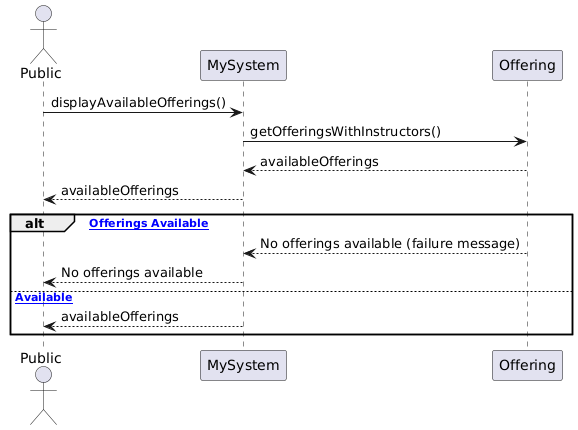
The PlantUML diagram Diagrams/System Sequence/PublicViewsOfferingSeqRefined.png in ABALkhabbaz/LessonSchedulingSystem, before a commit. The source it was exported from:
```plantuml
@startuml
actor Public
participant MySystem
participant Offering

Public -> MySystem: displayAvailableOfferings()
MySystem -> Offering: getOfferingsWithInstructors()
Offering --> MySystem: availableOfferings
MySystem --> Public: availableOfferings

alt [No Offerings Available]
    Offering --> MySystem: No offerings available (failure message)
    MySystem --> Public: No offerings available
else [Offerings Available]
    MySystem --> Public: availableOfferings
end
@enduml
```
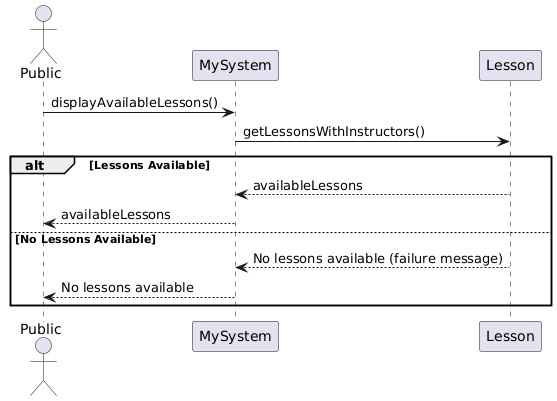
Above is the later version.

Change to the diagram source:
```diff
@@ -1,17 +1,15 @@
 @startuml
 actor Public
-participant MySystem
-participant Offering
+participant "MySystem" as MySystem
+participant "Lesson" as Lesson
 
-Public -> MySystem: displayAvailableOfferings()
-MySystem -> Offering: getOfferingsWithInstructors()
-Offering --> MySystem: availableOfferings
-MySystem --> Public: availableOfferings
-
-alt [No Offerings Available]
-    Offering --> MySystem: No offerings available (failure message)
-    MySystem --> Public: No offerings available
-else [Offerings Available]
-    MySystem --> Public: availableOfferings
+Public -> MySystem : displayAvailableLessons()
+MySystem -> Lesson : getLessonsWithInstructors()
+alt Lessons Available
+    Lesson --> MySystem : availableLessons
+    MySystem --> Public : availableLessons
+else No Lessons Available
+    Lesson --> MySystem : No lessons available (failure message)
+    MySystem --> Public : No lessons available
 end
 @enduml
```
